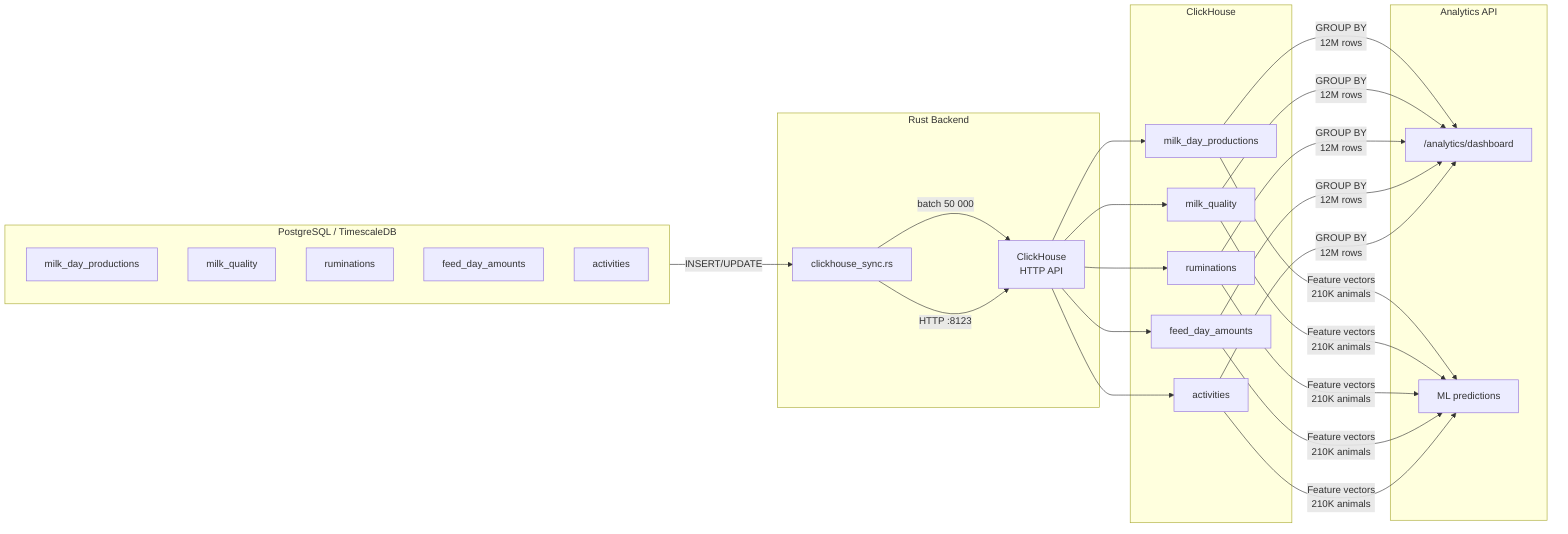
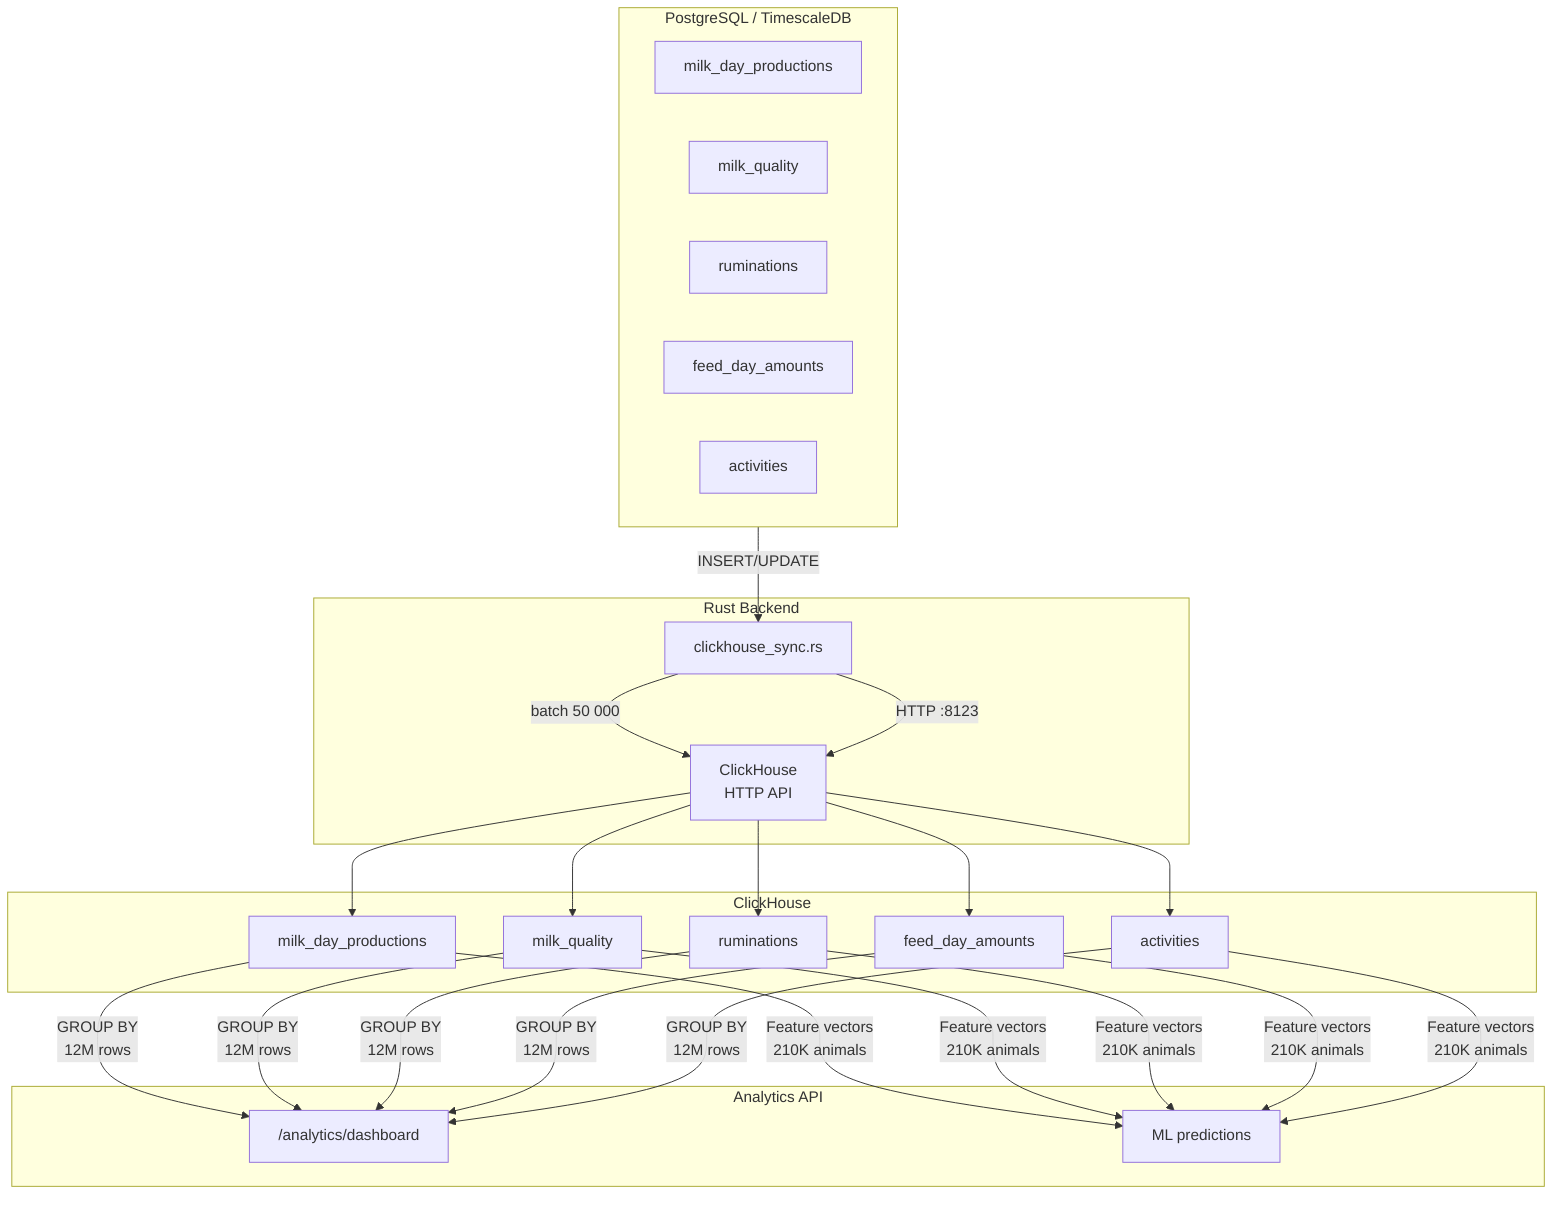
- graph LR
+ graph TD
    subgraph PG ["PostgreSQL / TimescaleDB"]
        M1[milk_day_productions]
        M2[milk_quality]
        M3[ruminations]
        M4[feed_day_amounts]
        M5[activities]
    end

    subgraph Backend ["Rust Backend"]
        SYNC[clickhouse_sync.rs]
        SYNC --> |"batch 50 000"| HTTP
    end

    subgraph CH ["ClickHouse"]
        C1[milk_day_productions]
        C2[milk_quality]
        C3[ruminations]
        C4[feed_day_amounts]
        C5[activities]
    end

    subgraph API ["Analytics API"]
        DASH["/analytics/dashboard"]
        PRED["ML predictions"]
    end

    PG -->|"INSERT/UPDATE"| SYNC
    SYNC -->|"HTTP :8123"| HTTP["ClickHouse\nHTTP API"]
    HTTP --> C1 & C2 & C3 & C4 & C5
    C1 & C2 & C3 & C4 & C5 -->|"GROUP BY\n12M rows"| DASH
    C1 & C2 & C3 & C4 & C5 -->|"Feature vectors\n210K animals"| PRED
